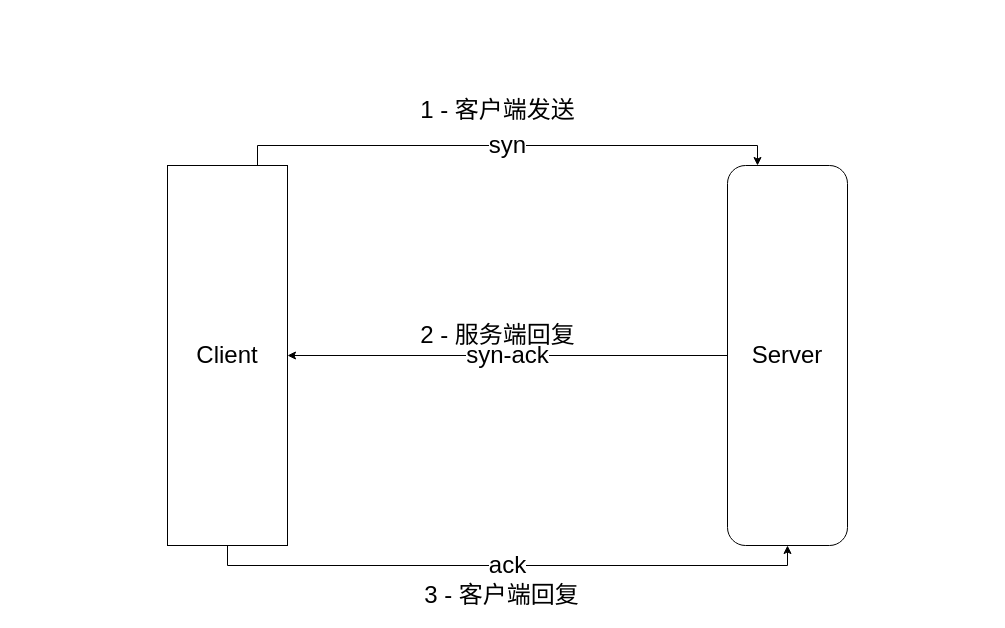
This is TCP连接三次握手实现.drawio from lynxlangya/diawio-folder, a draw.io file, before an edit. Source tidied: cells renumbered, new cells numbered last; positions are measured from the earlier drawing's top-left corner, leaving out a move shared by most shapes. Both pictures are drawn from the tidied source at 100%, with x=0, y=0 at pixel (167, 95).
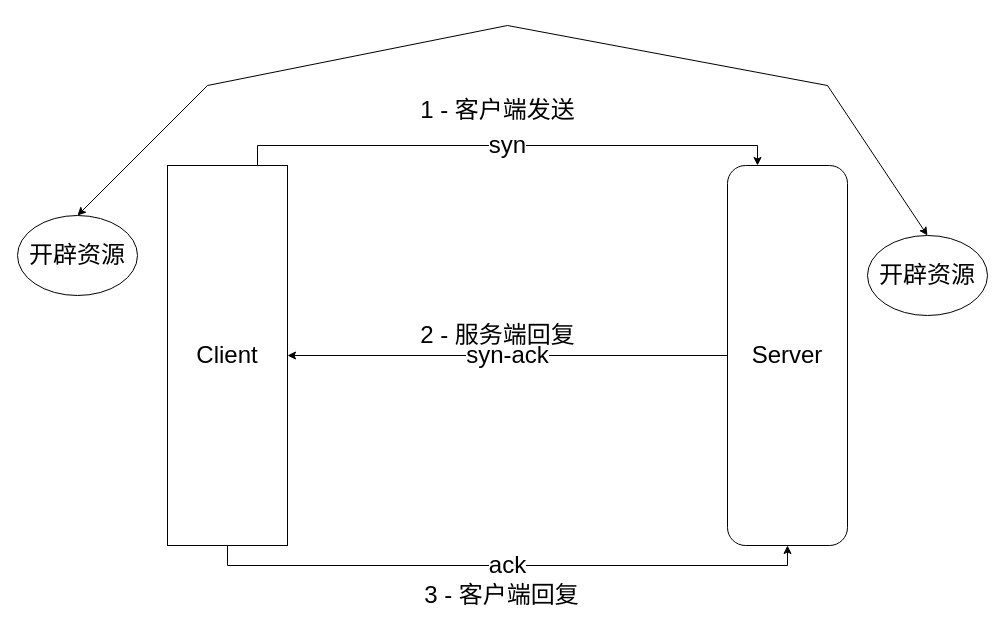
After the change.

Commit message (it also covers changes not shown here):
更新TCP连接三次握手实现.drawio

What changed in the source:
```diff
@@
 <mxGraphModel>
   <root>
     <mxCell id="0" />
     <mxCell id="1" parent="0" />
     <mxCell id="2" value="syn" style="edgeStyle=orthogonalEdgeStyle;rounded=0;jettySize=auto;html=1;exitX=0.75;exitY=0;exitDx=0;exitDy=0;entryX=0.25;entryY=0;entryDx=0;entryDy=0;fontSize=24;" parent="1" edge="1" source="4" target="6">
       <mxGeometry relative="1" as="geometry" />
     </mxCell>
     <mxCell id="3" value="ack" style="edgeStyle=orthogonalEdgeStyle;rounded=0;jettySize=auto;html=1;exitX=0.5;exitY=1;exitDx=0;exitDy=0;entryX=0.5;entryY=1;entryDx=0;entryDy=0;fontSize=24;" parent="1" edge="1" source="4" target="6">
       <mxGeometry relative="1" as="geometry" />
     </mxCell>
     <mxCell id="4" value="&lt;font style=&quot;font-size: 24px&quot;&gt;Client&lt;/font&gt;" style="rounded=0;whiteSpace=wrap;html=1;" parent="1" vertex="1">
       <mxGeometry y="70" width="120" height="380" as="geometry" />
     </mxCell>
     <mxCell id="5" value="syn-ack" style="edgeStyle=orthogonalEdgeStyle;rounded=0;jettySize=auto;html=1;entryX=1;entryY=0.5;entryDx=0;entryDy=0;fontSize=24;" parent="1" edge="1" source="6" target="4">
       <mxGeometry relative="1" as="geometry" />
     </mxCell>
     <mxCell id="6" value="&lt;font style=&quot;font-size: 24px&quot;&gt;Server&lt;/font&gt;" style="rounded=1;whiteSpace=wrap;html=1;" parent="1" vertex="1">
       <mxGeometry x="560" y="70" width="120" height="380" as="geometry" />
     </mxCell>
     <mxCell id="7" value="1 - 客户端发送" style="text;html=1;align=center;verticalAlign=middle;strokeColor=none;fillColor=none;fontSize=24;" parent="1" vertex="1">
       <mxGeometry x="245" width="170" height="30" as="geometry" />
     </mxCell>
     <mxCell id="8" value="2 - 服务端回复" style="text;html=1;align=center;verticalAlign=middle;strokeColor=none;fillColor=none;fontSize=24;" parent="1" vertex="1">
       <mxGeometry x="245" y="225" width="170" height="30" as="geometry" />
     </mxCell>
     <mxCell id="9" value="3 - 客户端回复" style="text;html=1;align=center;verticalAlign=middle;strokeColor=none;fillColor=none;fontSize=24;" parent="1" vertex="1">
       <mxGeometry x="249" y="485" width="170" height="30" as="geometry" />
     </mxCell>
+    <mxCell id="10" value="开辟资源" style="ellipse;whiteSpace=wrap;html=1;fontSize=24;" parent="1" vertex="1">
+      <mxGeometry x="-150" y="120" width="120" height="80" as="geometry" />
+    </mxCell>
+    <mxCell id="11" value="开辟资源" style="ellipse;whiteSpace=wrap;html=1;fontSize=24;" parent="1" vertex="1">
+      <mxGeometry x="700" y="140" width="120" height="80" as="geometry" />
+    </mxCell>
+    <mxCell id="12" style="endArrow=classic;startArrow=classic;html=1;rounded=0;fontSize=24;entryX=0.5;entryY=0;entryDx=0;entryDy=0;exitX=0.5;exitY=0;exitDx=0;exitDy=0;" parent="1" edge="1" source="10" target="11">
+      <mxGeometry relative="1" as="geometry">
+        <Array as="points">
+          <mxPoint x="40" y="-10" />
+          <mxPoint x="340" y="-70" />
+          <mxPoint x="660" y="-10" />
+        </Array>
+      </mxGeometry>
+    </mxCell>
   </root>
 </mxGraphModel>
```
